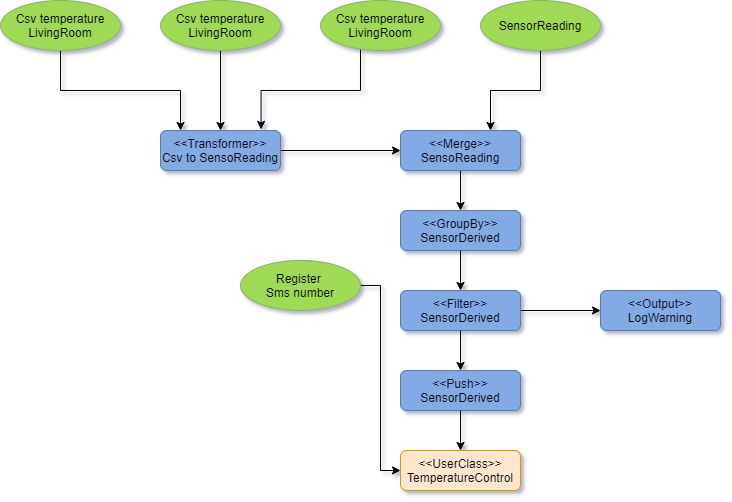
Earlier version of the draw.io export .gitbook/assets/quickstartoverview.png (gregv12/fluxtion). Source tidied: cells renumbered, new cells last; positions are measured from the earlier drawing's top-left corner, leaving out a move shared by most shapes.
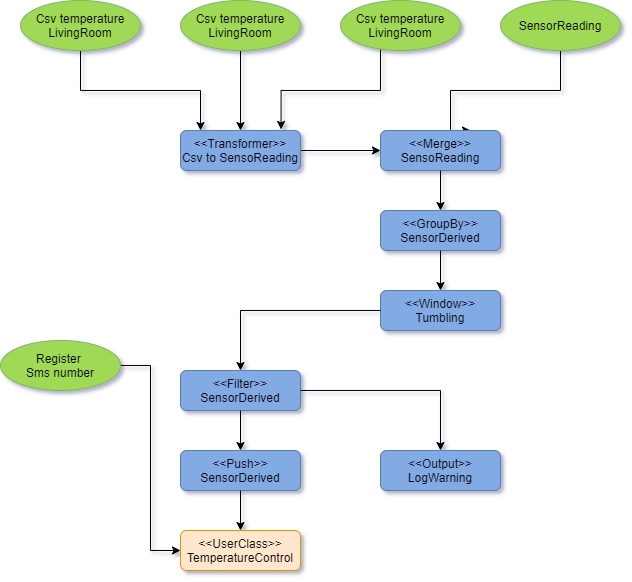
The same file after the commit.

Commit message:
GitBook: [master] 55 pages and one asset modified

The edit, as a diff of the source:
```diff
@@ -37,40 +37,51 @@
       <mxGeometry x="320" width="120" height="50" as="geometry" />
     </mxCell>
     <mxCell id="10" style="edgeStyle=orthogonalEdgeStyle;rounded=0;jettySize=auto;html=1;entryX=0.75;entryY=0;entryDx=0;entryDy=0;fontFamily=Helvetica;" parent="1" edge="1" source="11" target="13">
-      <mxGeometry relative="1" as="geometry" />
+      <mxGeometry relative="1" as="geometry">
+        <Array as="points">
+          <mxPoint x="540" y="90" />
+          <mxPoint x="430" y="90" />
+        </Array>
+      </mxGeometry>
     </mxCell>
     <mxCell id="11" value="SensorReading" style="ellipse;whiteSpace=wrap;html=1;fillColor=#9FD956;strokeColor=#82b366;" parent="1" vertex="1">
       <mxGeometry x="480" width="120" height="50" as="geometry" />
     </mxCell>
-    <mxCell id="12" style="edgeStyle=orthogonalEdgeStyle;rounded=0;jettySize=auto;html=1;entryX=0.5;entryY=0;entryDx=0;entryDy=0;fontFamily=Helvetica;" parent="1" edge="1" source="13" target="14">
-      <mxGeometry relative="1" as="geometry" />
-    </mxCell>
     <mxCell id="13" value="&lt;span style=&quot;white-space: normal&quot;&gt;&amp;lt;&amp;lt;Merge&amp;gt;&amp;gt;&lt;br&gt;SensoReading&lt;/span&gt;" style="rounded=1;whiteSpace=wrap;html=1;fillColor=#82ABE6;strokeColor=#5E7BA6;fontFamily=Helvetica;" parent="1" vertex="1">
-      <mxGeometry x="400" y="130" width="120" height="40" as="geometry" />
+      <mxGeometry x="360" y="130" width="120" height="40" as="geometry" />
     </mxCell>
     <mxCell id="14" value="&lt;span style=&quot;white-space: normal&quot;&gt;&amp;lt;&amp;lt;GroupBy&amp;gt;&amp;gt;&lt;br&gt;SensorDerived&lt;br&gt;&lt;/span&gt;" style="rounded=1;whiteSpace=wrap;html=1;fillColor=#82ABE6;strokeColor=#5E7BA6;fontFamily=Helvetica;" parent="1" vertex="1">
-      <mxGeometry x="400" y="210" width="120" height="40" as="geometry" />
+      <mxGeometry x="360" y="210" width="120" height="40" as="geometry" />
     </mxCell>
-    <mxCell id="15" style="edgeStyle=orthogonalEdgeStyle;rounded=0;jettySize=auto;html=1;fontFamily=Helvetica;" parent="1" edge="1" source="16" target="17">
-      <mxGeometry relative="1" as="geometry" />
-    </mxCell>
+    <mxCell id="12" style="edgeStyle=orthogonalEdgeStyle;rounded=0;jettySize=auto;html=1;entryX=0.5;entryY=0;entryDx=0;entryDy=0;fontFamily=Helvetica;" parent="1" edge="1" source="13" target="14">
+      <mxGeometry relative="1" as="geometry" />
+    </mxCell>
+    <mxCell id="25" value="&lt;span style=&quot;white-space: normal&quot;&gt;&amp;lt;&amp;lt;Window&amp;gt;&amp;gt;&lt;br&gt;Tumbling&lt;br&gt;&lt;/span&gt;" style="rounded=1;whiteSpace=wrap;html=1;fillColor=#82ABE6;strokeColor=#5E7BA6;fontFamily=Helvetica;" parent="1" vertex="1">
+      <mxGeometry x="360" y="290" width="120" height="40" as="geometry" />
+    </mxCell>
+    <mxCell id="26" style="edgeStyle=orthogonalEdgeStyle;rounded=0;jettySize=auto;html=1;fontFamily=Helvetica;" parent="1" edge="1" source="14" target="25">
+      <mxGeometry relative="1" as="geometry" />
+    </mxCell>
+    <mxCell id="27" style="edgeStyle=orthogonalEdgeStyle;rounded=0;jettySize=auto;html=1;entryX=0.5;entryY=0;entryDx=0;entryDy=0;fontFamily=Helvetica;" parent="1" edge="1" source="25" target="16">
+      <mxGeometry relative="1" as="geometry" />
+    </mxCell>
     <mxCell id="16" value="&lt;span style=&quot;white-space: normal&quot;&gt;&amp;lt;&amp;lt;Filter&amp;gt;&amp;gt;&lt;br&gt;SensorDerived&lt;br&gt;&lt;/span&gt;" style="rounded=1;whiteSpace=wrap;html=1;fillColor=#82ABE6;strokeColor=#5E7BA6;fontFamily=Helvetica;" parent="1" vertex="1">
-      <mxGeometry x="400" y="290" width="120" height="40" as="geometry" />
+      <mxGeometry x="160" y="370" width="120" height="40" as="geometry" />
     </mxCell>
     <mxCell id="17" value="&lt;span style=&quot;white-space: normal&quot;&gt;&amp;lt;&amp;lt;Output&amp;gt;&amp;gt;&lt;br&gt;LogWarning&lt;br&gt;&lt;/span&gt;" style="rounded=1;whiteSpace=wrap;html=1;fillColor=#82ABE6;strokeColor=#5E7BA6;fontFamily=Helvetica;" parent="1" vertex="1">
-      <mxGeometry x="600" y="290" width="120" height="40" as="geometry" />
+      <mxGeometry x="360" y="450" width="120" height="40" as="geometry" />
     </mxCell>
-    <mxCell id="18" style="edgeStyle=orthogonalEdgeStyle;rounded=0;jettySize=auto;html=1;entryX=0.5;entryY=0;entryDx=0;entryDy=0;fontFamily=Helvetica;" parent="1" edge="1" source="14" target="16">
-      <mxGeometry relative="1" as="geometry" />
-    </mxCell>
+    <mxCell id="15" style="edgeStyle=orthogonalEdgeStyle;rounded=0;jettySize=auto;html=1;fontFamily=Helvetica;" parent="1" edge="1" source="16" target="17">
+      <mxGeometry relative="1" as="geometry" />
+    </mxCell>
     <mxCell id="19" value="&lt;span style=&quot;white-space: normal&quot;&gt;&amp;lt;&amp;lt;Push&amp;gt;&amp;gt;&lt;br&gt;SensorDerived&lt;br&gt;&lt;/span&gt;" style="rounded=1;whiteSpace=wrap;html=1;fillColor=#82ABE6;strokeColor=#5E7BA6;fontFamily=Helvetica;" parent="1" vertex="1">
-      <mxGeometry x="400" y="370" width="120" height="40" as="geometry" />
+      <mxGeometry x="160" y="450" width="120" height="40" as="geometry" />
     </mxCell>
     <mxCell id="20" style="edgeStyle=orthogonalEdgeStyle;rounded=0;jettySize=auto;html=1;entryX=0.5;entryY=0;entryDx=0;entryDy=0;fontFamily=Helvetica;" parent="1" edge="1" source="16" target="19">
       <mxGeometry relative="1" as="geometry" />
     </mxCell>
     <mxCell id="21" value="&lt;span style=&quot;white-space: normal&quot;&gt;&amp;lt;&amp;lt;UserClass&amp;gt;&amp;gt;&lt;br&gt;TemperatureControl&lt;br&gt;&lt;/span&gt;" style="rounded=1;whiteSpace=wrap;html=1;fillColor=#ffe6cc;strokeColor=#d79b00;fontFamily=Helvetica;" parent="1" vertex="1">
-      <mxGeometry x="400" y="450" width="120" height="40" as="geometry" />
+      <mxGeometry x="160" y="530" width="120" height="40" as="geometry" />
     </mxCell>
     <mxCell id="22" style="edgeStyle=orthogonalEdgeStyle;rounded=0;jettySize=auto;html=1;entryX=0.5;entryY=0;entryDx=0;entryDy=0;fontFamily=Helvetica;" parent="1" edge="1" source="19" target="21">
       <mxGeometry relative="1" as="geometry" />
@@ -79,7 +90,7 @@
       <mxGeometry relative="1" as="geometry" />
     </mxCell>
     <mxCell id="24" value="Register &lt;br&gt;Sms number" style="ellipse;whiteSpace=wrap;html=1;fillColor=#9FD956;strokeColor=#82b366;" parent="1" vertex="1">
-      <mxGeometry x="240" y="260" width="120" height="50" as="geometry" />
+      <mxGeometry x="-20" y="340" width="120" height="50" as="geometry" />
     </mxCell>
   </root>
 </mxGraphModel>
```
